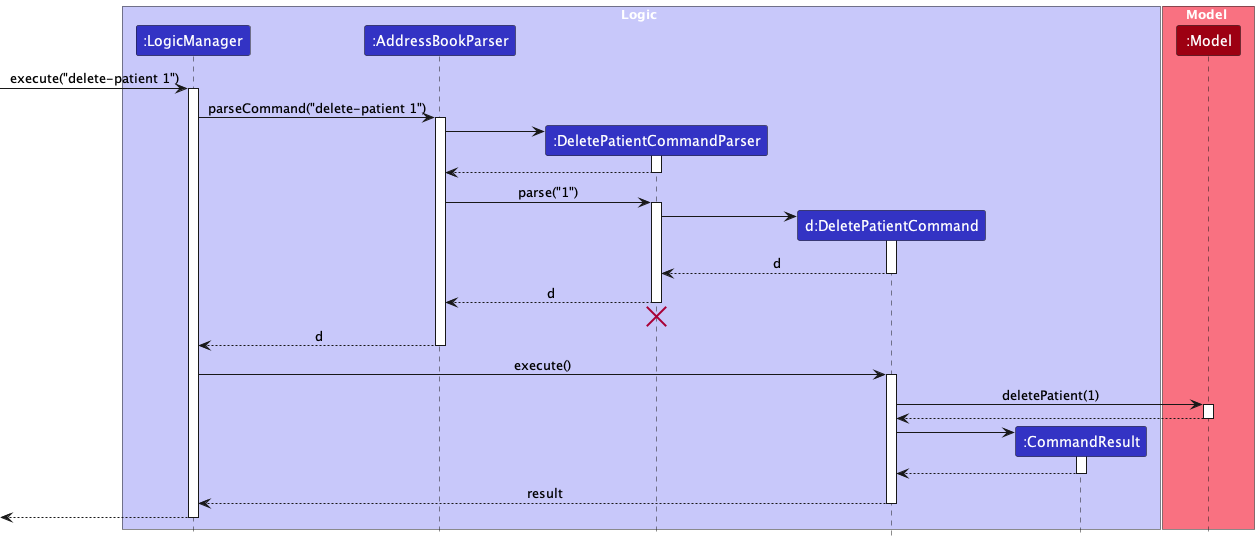
techjay-c/tp keeps this PlantUML diagram as docs/images/DeletePatientSequenceDiagram.png. Above is the earlier version. The source it was exported from:
```plantuml
@startuml
!include style.puml
skinparam ArrowFontStyle plain

box Logic LOGIC_COLOR_T1
participant ":LogicManager" as LogicManager LOGIC_COLOR
participant ":AddressBookParser" as AddressBookParser LOGIC_COLOR
participant ":DeletePatientCommandParser" as DeletePatientCommandParser LOGIC_COLOR
participant "d:DeletePatientCommand" as DeletePatientCommand LOGIC_COLOR
participant ":CommandResult" as CommandResult LOGIC_COLOR
end box

box Model MODEL_COLOR_T1
participant ":Model" as Model MODEL_COLOR
end box

[-> LogicManager : execute("delete-patient 1")
activate LogicManager

LogicManager -> AddressBookParser : parseCommand("delete-patient 1")
activate AddressBookParser

create DeletePatientCommandParser
AddressBookParser -> DeletePatientCommandParser
activate DeletePatientCommandParser

DeletePatientCommandParser --> AddressBookParser
deactivate DeletePatientCommandParser

AddressBookParser -> DeletePatientCommandParser : parse("1")
activate DeletePatientCommandParser

create DeletePatientCommand
DeletePatientCommandParser -> DeletePatientCommand
activate DeletePatientCommand

DeletePatientCommand --> DeletePatientCommandParser : d
deactivate DeletePatientCommand

DeletePatientCommandParser --> AddressBookParser : d
deactivate DeletePatientCommandParser
DeletePatientCommandParser -[hidden]-> AddressBookParser
destroy DeletePatientCommandParser

AddressBookParser --> LogicManager : d
deactivate AddressBookParser

LogicManager -> DeletePatientCommand : execute()
activate DeletePatientCommand

DeletePatientCommand -> Model : deletePatient(1)
activate Model

Model --> DeletePatientCommand
deactivate Model

create CommandResult
DeletePatientCommand -> CommandResult
activate CommandResult

CommandResult --> DeletePatientCommand
deactivate CommandResult

DeletePatientCommand --> LogicManager : result
deactivate DeletePatientCommand

[<--LogicManager
deactivate LogicManager
@enduml
```
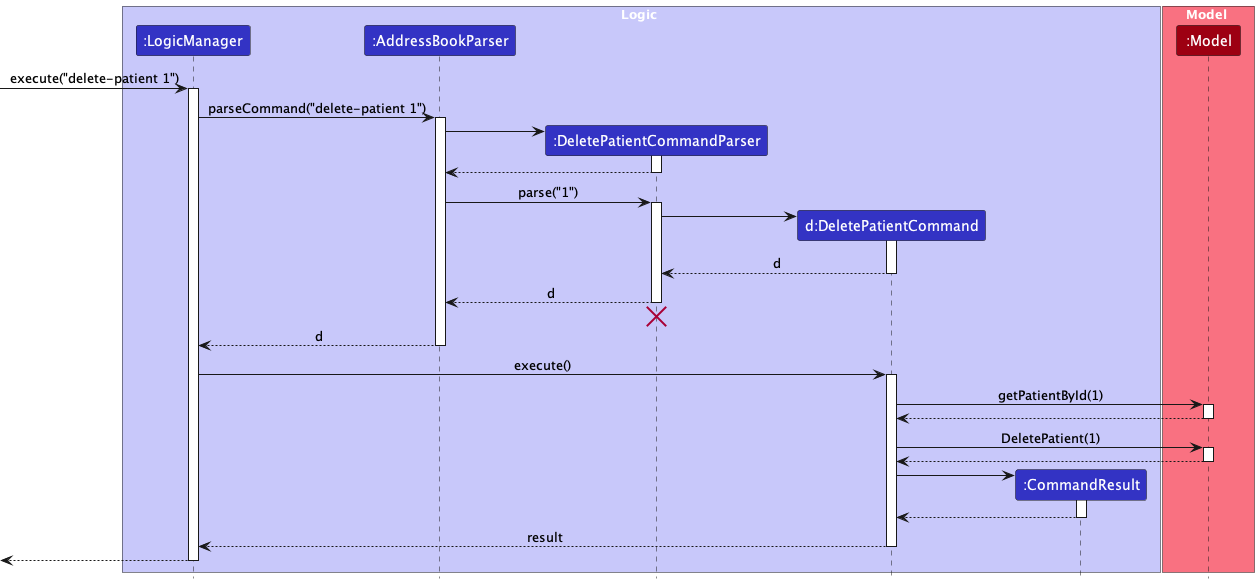
The same file after the commit.

What changed in the source:
```diff
@@ -48,7 +48,12 @@
 LogicManager -> DeletePatientCommand : execute()
 activate DeletePatientCommand
 
-DeletePatientCommand -> Model : deletePatient(1)
+DeletePatientCommand -> Model : getPatientById(1)
+activate Model
+Model --> DeletePatientCommand
+deactivate Model
+
+DeletePatientCommand -> Model : DeletePatient(1)
 activate Model
 
 Model --> DeletePatientCommand
```
